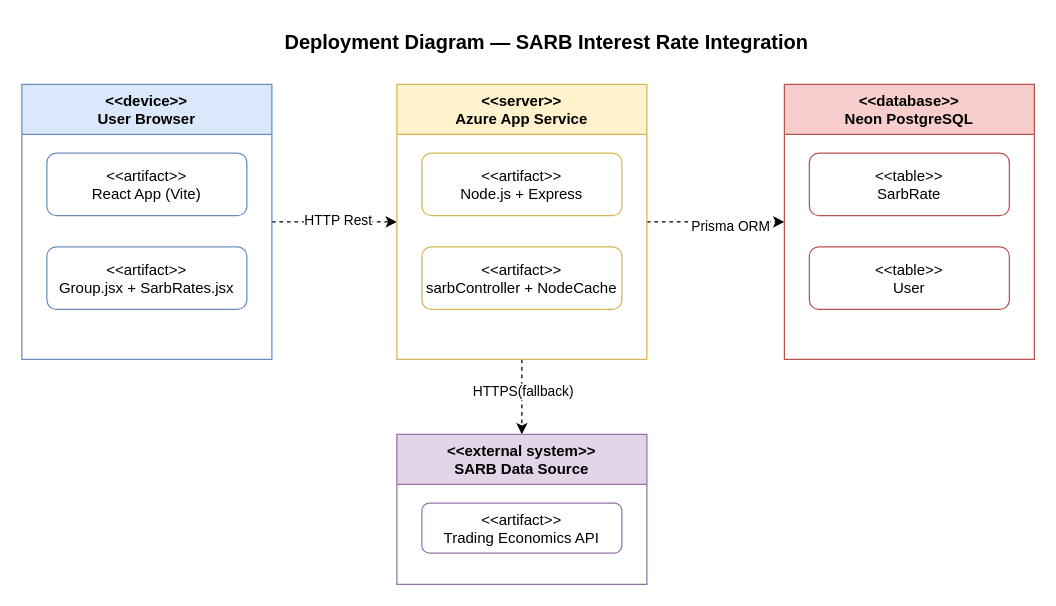
Above: docs/uml/Deployment_Diagram_SARB.drawio in MubeenD1/Stokvel-Management-Platform (draw.io), before the change. Source tidied: cells renumbered, new cells numbered last; positions are measured from the earlier drawing's top-left corner, leaving out a move shared by most shapes. Both pictures are drawn from the tidied source at 125%, with x=0, y=0 at pixel (21, 21).
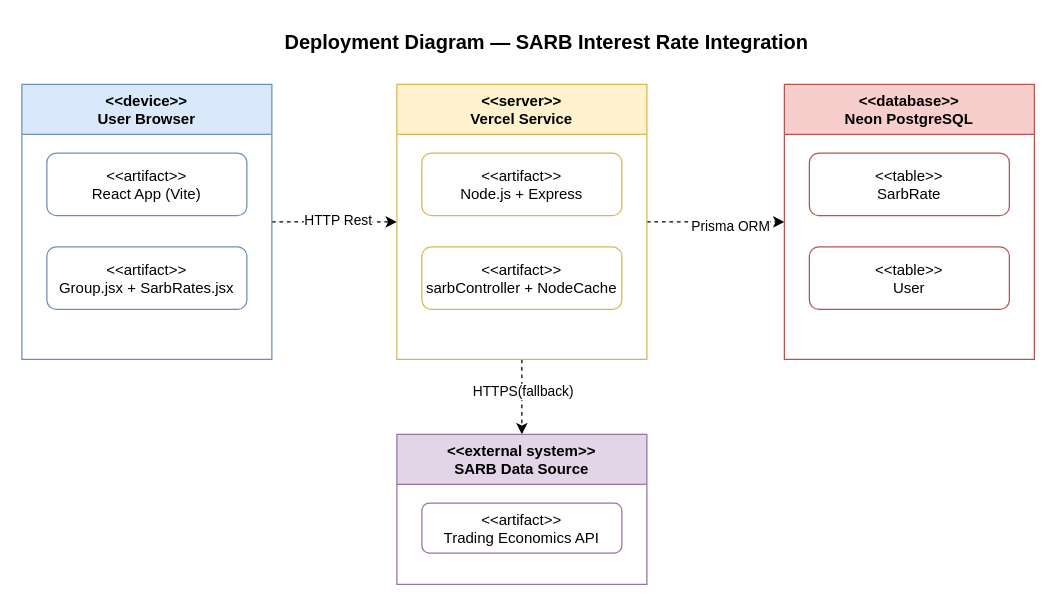
After the change.

Commit message:
docs: update deployment diagram to reflect Vercel hosting

Diff of the diagram source:
```diff
@@
-    <mxCell id="12" value="&lt;&lt;server&gt;&gt;&#10;Azure App Service" style="swimlane;fontStyle=1;fillColor=#fff2cc;strokeColor=#d6b656;startSize=40;" parent="1" vertex="1">
+    <mxCell id="12" value="&lt;&lt;server&gt;&gt;&#10;Vercel Service" style="swimlane;fontStyle=1;fillColor=#fff2cc;strokeColor=#d6b656;startSize=40;" parent="1" vertex="1">
       <mxGeometry x="300" y="50" width="200" height="220" as="geometry" />
     </mxCell>
```
